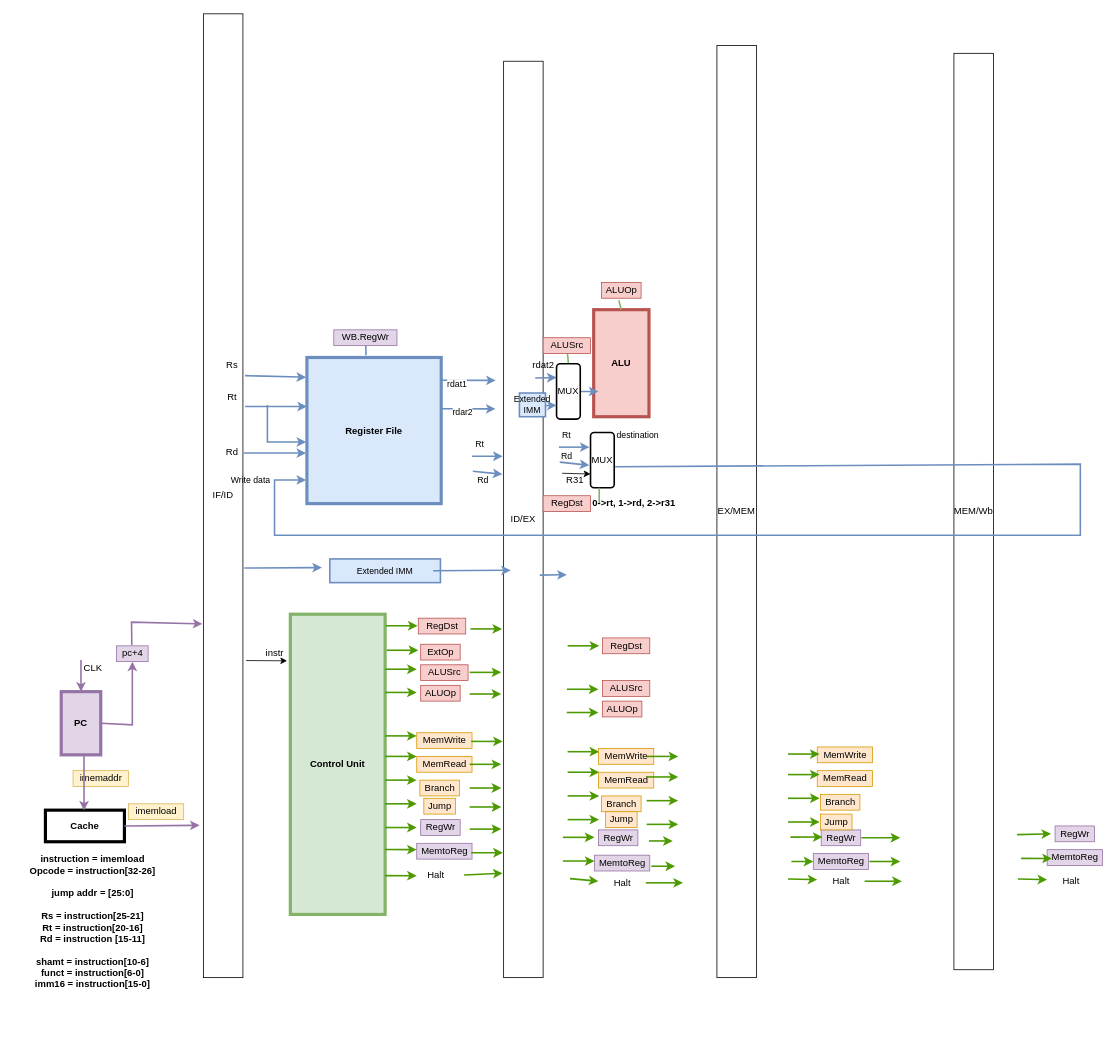
The draw.io diagram pipeline.drawio in vickyfyq/ece437, before the edit. Source tidied: cells renumbered, new cells numbered last; positions are measured from the earlier drawing's top-left corner, leaving out a move shared by most shapes. Both pictures are drawn from the tidied source at 79%, with x=0, y=0 at pixel (13, 13).
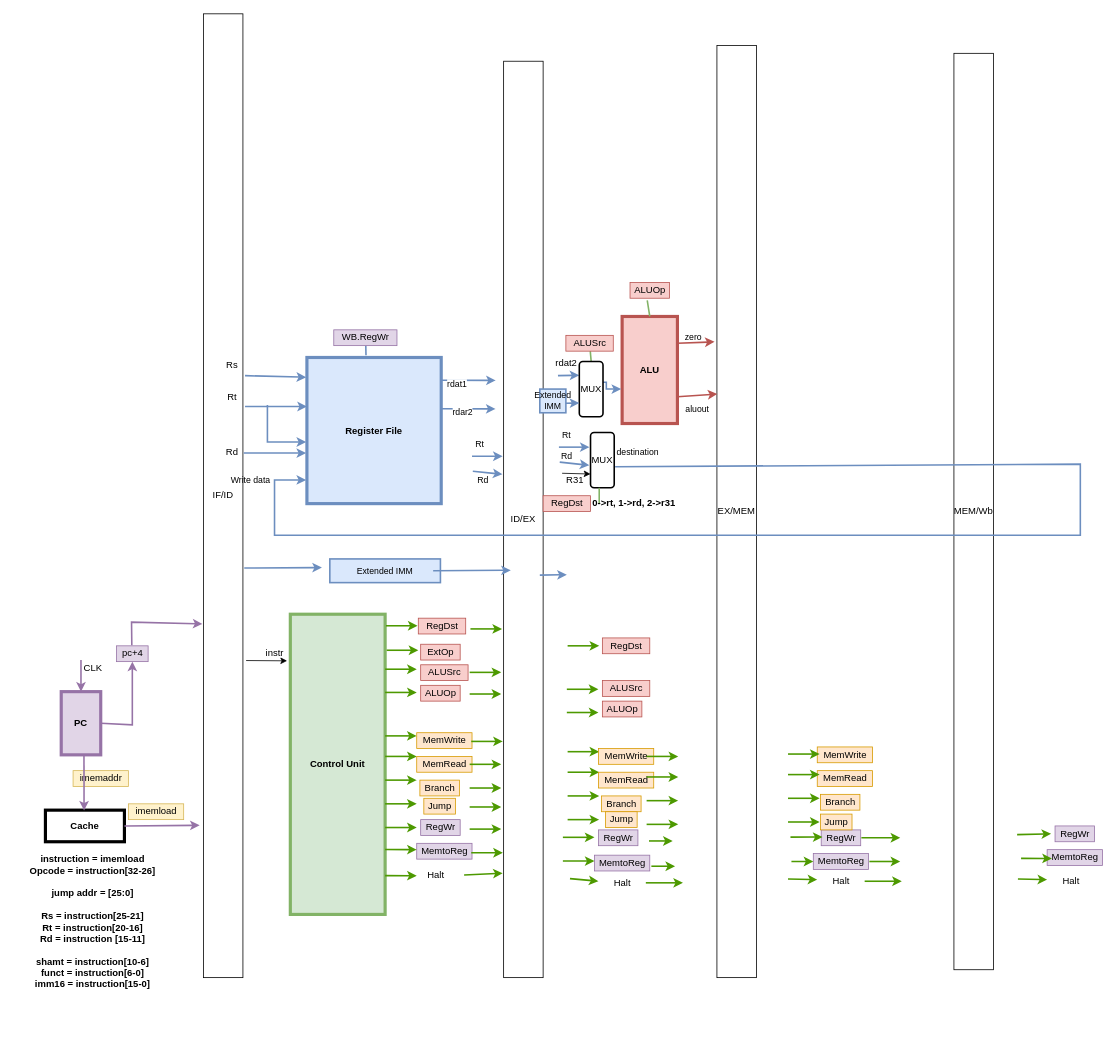
After the change.

Unchanged cells that the change refers to:
```xml
<mxCell id="4" value="EX/MEM" style="rounded=0;whiteSpace=wrap;html=1;" parent="1" vertex="1">
  <mxGeometry x="890" y="40" width="50" height="1180" as="geometry" />
</mxCell>
```

The edit, as a diff of the source:
```diff
@@
     <mxCell id="122" value="destination" style="text;html=1;strokeColor=none;fillColor=none;align=center;verticalAlign=middle;whiteSpace=wrap;rounded=0;fontFamily=Helvetica;fontSize=11;fontColor=default;" parent="1" vertex="1">
-      <mxGeometry x="760" y="518.5" width="60" height="30" as="geometry" />
+      <mxGeometry x="760" y="540" width="60" height="30" as="geometry" />
     </mxCell>
@@
     <mxCell id="138" value="&lt;b&gt;ALU&lt;/b&gt;" style="rounded=0;whiteSpace=wrap;html=1;strokeColor=#b85450;strokeWidth=4;fillColor=#f8cecc;" parent="1" vertex="1">
-      <mxGeometry x="734" y="374.5" width="70" height="135.5" as="geometry" />
+      <mxGeometry x="770" y="383.1" width="70" height="135.5" as="geometry" />
     </mxCell>
@@
     <mxCell id="140" value="ALUOp" style="text;html=1;align=center;verticalAlign=middle;points=[];strokeColor=#b85450;fillColor=#f8cecc;" parent="1" vertex="1">
-      <mxGeometry x="744" y="340" width="50" height="20" as="geometry" />
+      <mxGeometry x="780" y="340" width="50" height="20" as="geometry" />
     </mxCell>
+    <mxCell id="149" style="edgeStyle=none;shape=connector;rounded=0;jettySize=auto;html=1;entryX=-0.06;entryY=0.318;entryDx=0;entryDy=0;entryPerimeter=0;labelBackgroundColor=default;fontFamily=Helvetica;fontSize=11;fontColor=default;endArrow=classic;strokeColor=#b85450;strokeWidth=2;fillColor=#f8cecc;exitX=1;exitY=0.25;exitDx=0;exitDy=0;" parent="1" edge="1" source="138" target="4">
+      <mxGeometry relative="1" as="geometry" />
+    </mxCell>
     <mxCell id="141" value="rdat2" style="text;html=1;align=center;verticalAlign=middle;strokeColor=none;fillColor=none;fontColor=#000000;" parent="1" vertex="1">
-      <mxGeometry x="650" y="435" width="40" height="20" as="geometry" />
+      <mxGeometry x="678.8" y="432" width="40" height="20" as="geometry" />
     </mxCell>
     <mxCell id="142" style="endArrow=classic;html=1;rounded=0;strokeColor=#6c8ebf;strokeWidth=2;fillColor=#dae8fc;entryX=0;entryY=0.25;entryDx=0;entryDy=0;" parent="1" edge="1" target="144">
       <mxGeometry relative="1" as="geometry">
-        <mxPoint x="660" y="461" as="sourcePoint" />
+        <mxPoint x="688.8" y="458" as="sourcePoint" />
       </mxGeometry>
     </mxCell>
-    <mxCell id="143" style="edgeStyle=orthogonalEdgeStyle;rounded=0;jettySize=auto;html=1;fontColor=#000000;strokeColor=#6c8ebf;strokeWidth=2;fillColor=#dae8fc;" parent="1" edge="1" source="144">
+    <mxCell id="143" style="edgeStyle=orthogonalEdgeStyle;rounded=0;jettySize=auto;html=1;fontColor=#000000;strokeColor=#6c8ebf;strokeWidth=2;fillColor=#dae8fc;exitX=1;exitY=0.376;exitDx=0;exitDy=0;exitPerimeter=0;" parent="1" edge="1" source="144">
       <mxGeometry relative="1" as="geometry">
-        <mxPoint x="740" y="478" as="targetPoint" />
+        <mxPoint x="768.8" y="475" as="targetPoint" />
+        <Array as="points">
+          <mxPoint x="750" y="466" />
+          <mxPoint x="750" y="475" />
+        </Array>
       </mxGeometry>
     </mxCell>
     <mxCell id="144" value="MUX" style="rounded=1;whiteSpace=wrap;html=1;strokeWidth=2;" parent="1" vertex="1">
-      <mxGeometry x="687" y="443" width="30" height="70" as="geometry" />
+      <mxGeometry x="715.8" y="440" width="30" height="70" as="geometry" />
     </mxCell>
     <mxCell id="145" style="endArrow=classic;html=1;rounded=0;fontColor=#000000;strokeColor=#6c8ebf;strokeWidth=2;fillColor=#dae8fc;entryX=0;entryY=0.75;entryDx=0;entryDy=0;" parent="1" edge="1" target="144">
       <mxGeometry relative="1" as="geometry">
-        <mxPoint x="670" y="496" as="sourcePoint" />
+        <mxPoint x="698.8" y="493" as="sourcePoint" />
       </mxGeometry>
     </mxCell>
     <mxCell id="146" value="Extended IMM" style="text;html=1;strokeColor=#6c8ebf;fillColor=#dae8fc;align=center;verticalAlign=middle;whiteSpace=wrap;rounded=0;fontFamily=Helvetica;fontSize=11;strokeWidth=2;" parent="1" vertex="1">
-      <mxGeometry x="640" y="480" width="33" height="30" as="geometry" />
+      <mxGeometry x="665.8" y="475" width="33" height="30" as="geometry" />
     </mxCell>
     <mxCell id="147" value="ALUSrc" style="text;html=1;align=center;verticalAlign=middle;points=[];strokeColor=#b85450;fillColor=#f8cecc;" parent="1" vertex="1">
-      <mxGeometry x="670" y="410" width="60" height="20" as="geometry" />
+      <mxGeometry x="698.8" y="407" width="60" height="20" as="geometry" />
     </mxCell>
@@
+    <mxCell id="150" style="endArrow=classic;html=1;rounded=0;labelBackgroundColor=default;fontFamily=Helvetica;fontSize=11;fontColor=default;strokeColor=#b85450;strokeWidth=2;fillColor=#f8cecc;shape=connector;exitX=1;exitY=0.75;exitDx=0;exitDy=0;entryX=0.011;entryY=0.374;entryDx=0;entryDy=0;entryPerimeter=0;" parent="1" edge="1" source="138" target="4">
+      <mxGeometry relative="1" as="geometry" />
+    </mxCell>
+    <mxCell id="151" value="aluout" style="text;html=1;align=center;verticalAlign=middle;strokeColor=none;fillColor=none;fontSize=11;fontFamily=Helvetica;fontColor=default;" parent="1" vertex="1">
+      <mxGeometry x="840" y="490" width="50" height="20" as="geometry" />
+    </mxCell>
+    <mxCell id="152" value="zero" style="text;html=1;align=center;verticalAlign=middle;strokeColor=none;fillColor=none;fontSize=11;fontFamily=Helvetica;fontColor=default;" parent="1" vertex="1">
+      <mxGeometry x="840" y="400" width="40" height="20" as="geometry" />
+    </mxCell>
```
